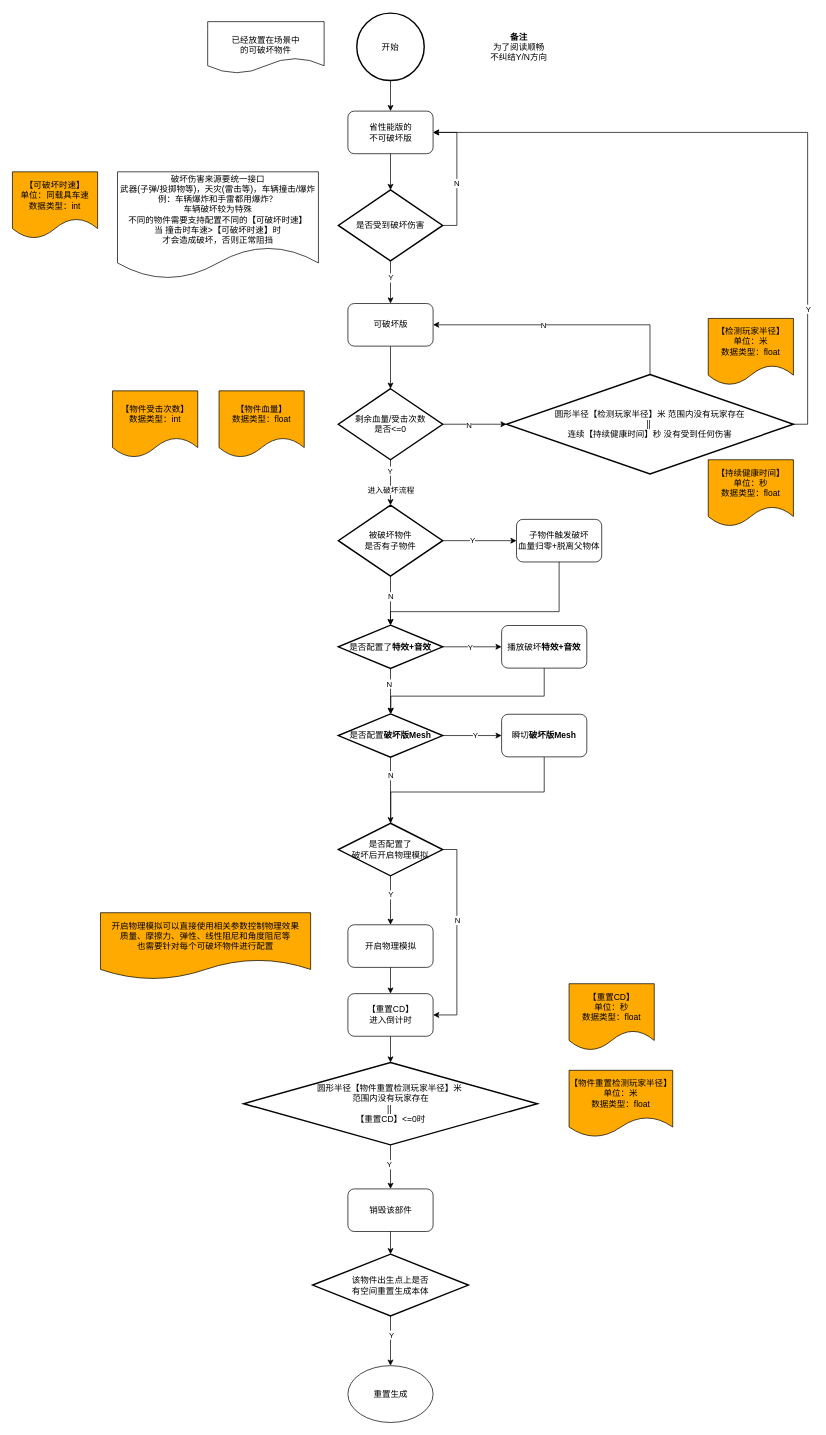
Above: 路边可破坏物件(简化版.drawio in LittleTrain0321/15150400109Wy (draw.io), before the change. Source tidied: cells renumbered, new cells numbered last; positions are measured from the earlier drawing's top-left corner, leaving out a move shared by most shapes. Both pictures are drawn from the tidied source at 71%, with x=0, y=0 at pixel (12, 13).
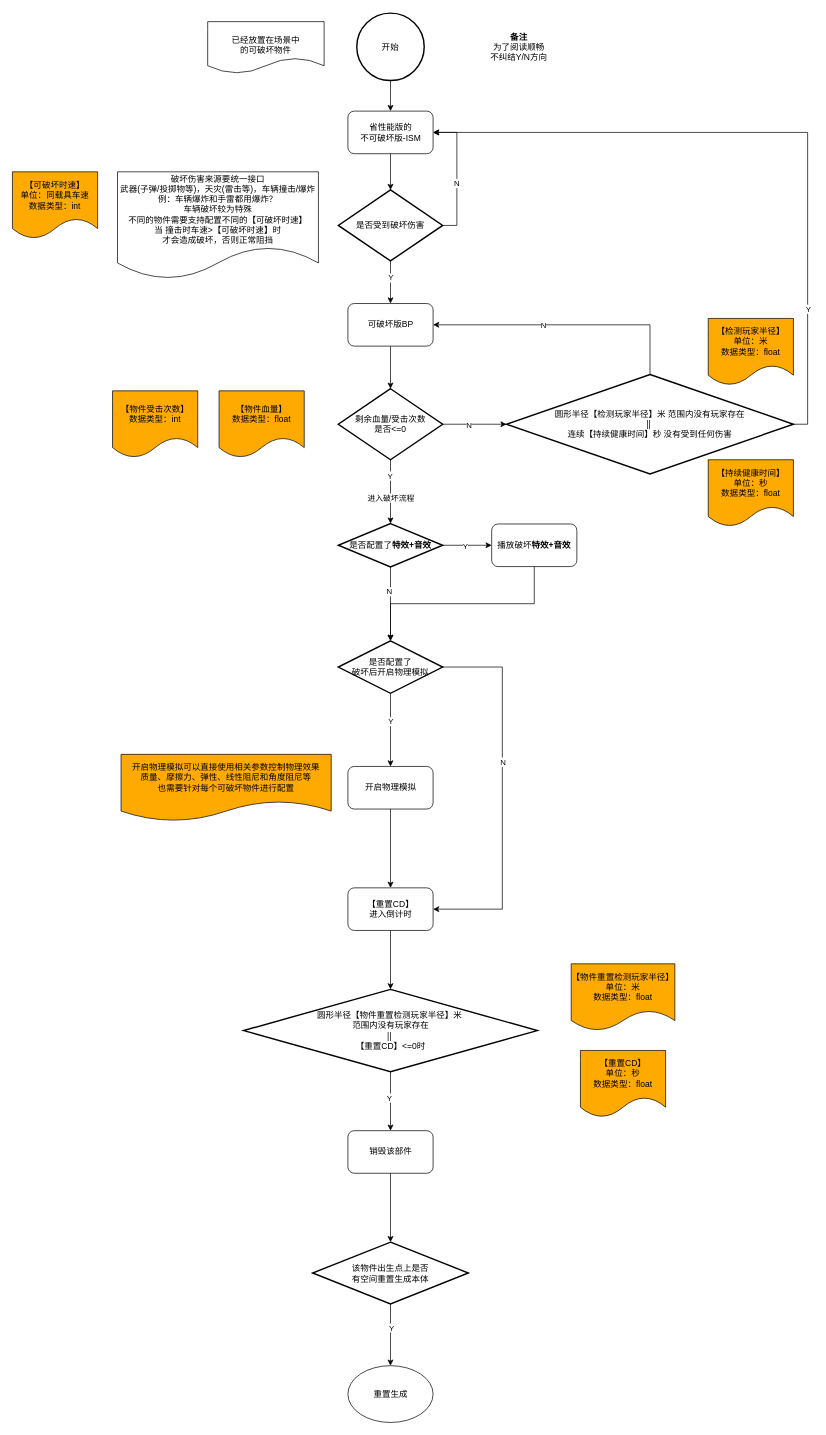
After the change.

Commit message (it also covers changes not shown here):
更新路边可破坏物件(简化版.drawio

Unchanged cells that the change refers to:
```xml
<mxCell id="16" value="剩余血量/受击次数&lt;div&gt;是否&amp;lt;=0&lt;/div&gt;" style="strokeWidth=2;html=1;shape=mxgraph.flowchart.decision;whiteSpace=wrap;" parent="1" vertex="1">
  <mxGeometry x="459" y="529" width="147" height="100" as="geometry" />
</mxCell>
```

Change to the diagram source:
```diff
@@
-    <mxCell id="7" value="省性能版的&lt;div&gt;不可破坏版&lt;/div&gt;" style="rounded=1;whiteSpace=wrap;html=1;" parent="1" vertex="1">
+    <mxCell id="7" value="省性能版的&lt;div&gt;不可破坏版-ISM&lt;/div&gt;" style="rounded=1;whiteSpace=wrap;html=1;" parent="1" vertex="1">
       <mxGeometry x="472.5" y="138" width="120" height="60" as="geometry" />
     </mxCell>
@@
-    <mxCell id="11" style="edgeStyle=orthogonalEdgeStyle;rounded=0;jettySize=auto;html=1;exitX=0.5;exitY=1;exitDx=0;exitDy=0;exitPerimeter=0;entryX=0.5;entryY=0;entryDx=0;entryDy=0;" parent="1" edge="1" source="16">
-      <mxGeometry relative="1" as="geometry">
-        <mxPoint x="532.5" y="693" as="targetPoint" />
-      </mxGeometry>
+    <mxCell id="11" style="edgeStyle=orthogonalEdgeStyle;rounded=0;jettySize=auto;html=1;exitX=0.5;exitY=1;exitDx=0;exitDy=0;exitPerimeter=0;entryX=0.5;entryY=0;entryDx=0;entryDy=0;entryPerimeter=0;" parent="1" edge="1" source="16" target="40">
+      <mxGeometry relative="1" as="geometry" />
     </mxCell>
@@
-    <mxCell id="18" style="edgeStyle=orthogonalEdgeStyle;rounded=0;jettySize=auto;html=1;exitX=1;exitY=0.5;exitDx=0;exitDy=0;exitPerimeter=0;" parent="1" edge="1" source="22" target="35">
-      <mxGeometry relative="1" as="geometry" />
-    </mxCell>
-    <mxCell id="19" value="Y" style="edgeLabel;html=1;align=center;verticalAlign=middle;" parent="18" vertex="1">
-      <mxGeometry x="-0.22" y="1" relative="1" as="geometry" />
-    </mxCell>
-    <mxCell id="20" style="edgeStyle=orthogonalEdgeStyle;rounded=0;jettySize=auto;html=1;exitX=0.5;exitY=1;exitDx=0;exitDy=0;exitPerimeter=0;entryX=0.5;entryY=0;entryDx=0;entryDy=0;entryPerimeter=0;" parent="1" edge="1" source="22" target="40">
-      <mxGeometry relative="1" as="geometry" />
-    </mxCell>
-    <mxCell id="21" value="N" style="edgeLabel;html=1;align=center;verticalAlign=middle;" parent="20" vertex="1">
-      <mxGeometry x="-0.19" relative="1" as="geometry" />
-    </mxCell>
-    <mxCell id="22" value="被破坏物件&lt;div&gt;是否有子物件&lt;/div&gt;" style="strokeWidth=2;html=1;shape=mxgraph.flowchart.decision;whiteSpace=wrap;" parent="1" vertex="1">
-      <mxGeometry x="459" y="693" width="147" height="100" as="geometry" />
-    </mxCell>
@@
-    <mxCell id="25" value="可破坏版" style="rounded=1;whiteSpace=wrap;html=1;" parent="1" vertex="1">
+    <mxCell id="25" value="可破坏版BP" style="rounded=1;whiteSpace=wrap;html=1;" parent="1" vertex="1">
       <mxGeometry x="472.5" y="409" width="120" height="60" as="geometry" />
     </mxCell>
@@
-    <mxCell id="35" value="子物件&lt;span style=&quot;background-color: initial;&quot;&gt;触发破坏&lt;/span&gt;&lt;div&gt;&lt;div&gt;血量归零+脱离父物体&lt;/div&gt;&lt;/div&gt;" style="rounded=1;whiteSpace=wrap;html=1;" parent="1" vertex="1">
-      <mxGeometry x="710" y="713" width="120" height="60" as="geometry" />
-    </mxCell>
@@
     <mxCell id="40" value="是否配置了&lt;b&gt;特效+音效&lt;/b&gt;" style="strokeWidth=2;html=1;shape=mxgraph.flowchart.decision;whiteSpace=wrap;" parent="1" vertex="1">
-      <mxGeometry x="459" y="862" width="147" height="61" as="geometry" />
+      <mxGeometry x="459" y="719" width="147" height="61" as="geometry" />
     </mxCell>
-    <mxCell id="41" style="edgeStyle=orthogonalEdgeStyle;rounded=0;jettySize=auto;html=1;exitX=0.5;exitY=1;exitDx=0;exitDy=0;" parent="1" edge="1" source="42" target="48">
-      <mxGeometry relative="1" as="geometry">
-        <Array as="points">
-          <mxPoint x="749" y="962" />
-          <mxPoint x="533" y="962" />
-        </Array>
-      </mxGeometry>
-    </mxCell>
     <mxCell id="42" value="播放破坏&lt;b&gt;特效+音效&lt;/b&gt;" style="rounded=1;whiteSpace=wrap;html=1;" parent="1" vertex="1">
-      <mxGeometry x="689" y="862.5" width="120" height="60" as="geometry" />
+      <mxGeometry x="675" y="719.5" width="120" height="60" as="geometry" />
     </mxCell>
-    <mxCell id="43" style="edgeStyle=orthogonalEdgeStyle;rounded=0;jettySize=auto;html=1;exitX=0.5;exitY=1;exitDx=0;exitDy=0;entryX=0.5;entryY=0;entryDx=0;entryDy=0;entryPerimeter=0;" parent="1" edge="1" source="35" target="40">
-      <mxGeometry relative="1" as="geometry">
-        <Array as="points">
-          <mxPoint x="770" y="843" />
-          <mxPoint x="533" y="843" />
-        </Array>
-      </mxGeometry>
-    </mxCell>
-    <mxCell id="44" style="edgeStyle=orthogonalEdgeStyle;rounded=0;jettySize=auto;html=1;exitX=1;exitY=0.5;exitDx=0;exitDy=0;exitPerimeter=0;entryX=0;entryY=0.5;entryDx=0;entryDy=0;" parent="1" edge="1" source="48" target="52">
-      <mxGeometry relative="1" as="geometry" />
-    </mxCell>
-    <mxCell id="45" value="Y" style="edgeLabel;html=1;align=center;verticalAlign=middle;" parent="44" vertex="1">
-      <mxGeometry x="0.08" y="1" relative="1" as="geometry" />
-    </mxCell>
-    <mxCell id="46" style="edgeStyle=orthogonalEdgeStyle;rounded=0;jettySize=auto;html=1;exitX=0.5;exitY=1;exitDx=0;exitDy=0;exitPerimeter=0;entryX=0.5;entryY=0;entryDx=0;entryDy=0;entryPerimeter=0;" parent="1" edge="1" source="48" target="73">
-      <mxGeometry relative="1" as="geometry" />
-    </mxCell>
-    <mxCell id="47" value="N" style="edgeLabel;html=1;align=center;verticalAlign=middle;" parent="46" vertex="1">
-      <mxGeometry x="-0.57" y="1" relative="1" as="geometry">
-        <mxPoint x="-1" y="5" as="offset" />
-      </mxGeometry>
-    </mxCell>
-    <mxCell id="48" value="是否配置&lt;b&gt;破坏版Mesh&lt;/b&gt;" style="strokeWidth=2;html=1;shape=mxgraph.flowchart.decision;whiteSpace=wrap;" parent="1" vertex="1">
-      <mxGeometry x="459" y="987" width="147" height="61" as="geometry" />
-    </mxCell>
-    <mxCell id="49" style="edgeStyle=orthogonalEdgeStyle;rounded=0;jettySize=auto;html=1;exitX=0.5;exitY=1;exitDx=0;exitDy=0;exitPerimeter=0;entryX=0.5;entryY=0;entryDx=0;entryDy=0;entryPerimeter=0;" parent="1" edge="1" source="40" target="48">
+    <mxCell id="49" style="edgeStyle=orthogonalEdgeStyle;rounded=0;jettySize=auto;html=1;exitX=0.5;exitY=1;exitDx=0;exitDy=0;exitPerimeter=0;entryX=0.5;entryY=0;entryDx=0;entryDy=0;entryPerimeter=0;" parent="1" edge="1" source="40" target="73">
       <mxGeometry relative="1" as="geometry" />
     </mxCell>
@@
-    <mxCell id="51" style="edgeStyle=orthogonalEdgeStyle;rounded=0;jettySize=auto;html=1;exitX=0.5;exitY=1;exitDx=0;exitDy=0;entryX=0.5;entryY=0;entryDx=0;entryDy=0;entryPerimeter=0;" parent="1" edge="1" source="52" target="73">
-      <mxGeometry relative="1" as="geometry">
-        <Array as="points">
-          <mxPoint x="749" y="1097" />
-          <mxPoint x="533" y="1097" />
-          <mxPoint x="533" y="1155" />
-        </Array>
-      </mxGeometry>
-    </mxCell>
-    <mxCell id="52" value="瞬切&lt;b&gt;破坏版Mesh&lt;/b&gt;" style="rounded=1;whiteSpace=wrap;html=1;" parent="1" vertex="1">
-      <mxGeometry x="689" y="987.5" width="120" height="60" as="geometry" />
-    </mxCell>
     <mxCell id="53" value="开启物理模拟" style="rounded=1;whiteSpace=wrap;html=1;" parent="1" vertex="1">
-      <mxGeometry x="472.5" y="1284" width="120" height="60" as="geometry" />
+      <mxGeometry x="472.5" y="1061" width="120" height="60" as="geometry" />
     </mxCell>
     <mxCell id="54" value="开启物理模拟可以直接使用相关参数控制物理效果&lt;div&gt;质量、摩擦力、弹性、线性阻尼和角度阻尼等&lt;/div&gt;&lt;div&gt;也需要针对每个可破坏物件进行配置&lt;/div&gt;" style="shape=document;whiteSpace=wrap;html=1;boundedLbl=1;fillColor=#FFAA00;strokeColor=#000000;" parent="1" vertex="1">
-      <mxGeometry x="124" y="1267" width="296" height="94" as="geometry" />
+      <mxGeometry x="153" y="1044" width="296" height="94" as="geometry" />
     </mxCell>
@@
     <mxCell id="57" value="圆形半径【物件重置检测玩家半径】米&amp;nbsp;&lt;div&gt;范围内没有玩家存在&lt;div&gt;&lt;span style=&quot;background-color: initial;&quot;&gt;||&amp;nbsp;&lt;/span&gt;&lt;div&gt;【重置CD】&amp;lt;=0时&lt;/div&gt;&lt;/div&gt;&lt;/div&gt;" style="strokeWidth=2;html=1;shape=mxgraph.flowchart.decision;whiteSpace=wrap;" parent="1" vertex="1">
-      <mxGeometry x="325.6" y="1478" width="413.8" height="116" as="geometry" />
+      <mxGeometry x="325.6" y="1375" width="413.8" height="116" as="geometry" />
     </mxCell>
@@
     <mxCell id="59" value="【物件重置检测玩家半径】&lt;div&gt;单位：米&lt;/div&gt;&lt;div&gt;数据类型：float&lt;/div&gt;" style="shape=document;whiteSpace=wrap;html=1;boundedLbl=1;fillColor=#FFAA00;strokeColor=#000000;" parent="1" vertex="1">
-      <mxGeometry x="784" y="1489" width="146" height="94" as="geometry" />
+      <mxGeometry x="787" y="1339" width="146" height="94" as="geometry" />
     </mxCell>
     <mxCell id="60" value="【重置CD】&lt;div&gt;单位：秒&lt;/div&gt;&lt;div&gt;数据类型：float&lt;/div&gt;" style="shape=document;whiteSpace=wrap;html=1;boundedLbl=1;fillColor=#FFAA00;strokeColor=#000000;" parent="1" vertex="1">
-      <mxGeometry x="784" y="1367" width="120" height="94" as="geometry" />
+      <mxGeometry x="800" y="1461" width="120" height="94" as="geometry" />
     </mxCell>
@@
     <mxCell id="62" value="【重置CD】&lt;div&gt;进入倒计时&lt;/div&gt;" style="rounded=1;whiteSpace=wrap;html=1;" parent="1" vertex="1">
-      <mxGeometry x="472.5" y="1381" width="120" height="60" as="geometry" />
+      <mxGeometry x="472.5" y="1232" width="120" height="60" as="geometry" />
     </mxCell>
     <mxCell id="63" value="销毁该部件" style="rounded=1;whiteSpace=wrap;html=1;" parent="1" vertex="1">
-      <mxGeometry x="472.5" y="1656" width="120" height="60" as="geometry" />
+      <mxGeometry x="472.5" y="1574" width="120" height="60" as="geometry" />
     </mxCell>
@@
     <mxCell id="66" value="该物件出生点上是否&lt;div&gt;有空间重置生成本体&lt;/div&gt;" style="strokeWidth=2;html=1;shape=mxgraph.flowchart.decision;whiteSpace=wrap;" parent="1" vertex="1">
-      <mxGeometry x="422.8" y="1748" width="219.4" height="87" as="geometry" />
+      <mxGeometry x="422.8" y="1731" width="219.4" height="87" as="geometry" />
     </mxCell>
@@
     <mxCell id="71" style="edgeStyle=orthogonalEdgeStyle;rounded=0;jettySize=auto;html=1;exitX=1;exitY=0.5;exitDx=0;exitDy=0;exitPerimeter=0;entryX=1;entryY=0.5;entryDx=0;entryDy=0;" parent="1" edge="1" source="73" target="62">
-      <mxGeometry relative="1" as="geometry" />
+      <mxGeometry relative="1" as="geometry">
+        <Array as="points">
+          <mxPoint x="690" y="921" />
+          <mxPoint x="690" y="1262" />
+        </Array>
+      </mxGeometry>
     </mxCell>
@@
     <mxCell id="73" value="是否配置了&lt;div&gt;破坏后开启物理模拟&lt;/div&gt;" style="strokeWidth=2;html=1;shape=mxgraph.flowchart.decision;whiteSpace=wrap;" parent="1" vertex="1">
-      <mxGeometry x="459" y="1141" width="147" height="74" as="geometry" />
+      <mxGeometry x="459" y="884" width="147" height="74" as="geometry" />
     </mxCell>
+    <mxCell id="74" style="edgeStyle=orthogonalEdgeStyle;rounded=0;jettySize=auto;html=1;exitX=0.5;exitY=1;exitDx=0;exitDy=0;entryX=0.5;entryY=0;entryDx=0;entryDy=0;entryPerimeter=0;" parent="1" edge="1" source="42" target="73">
+      <mxGeometry relative="1" as="geometry" />
+    </mxCell>
```
